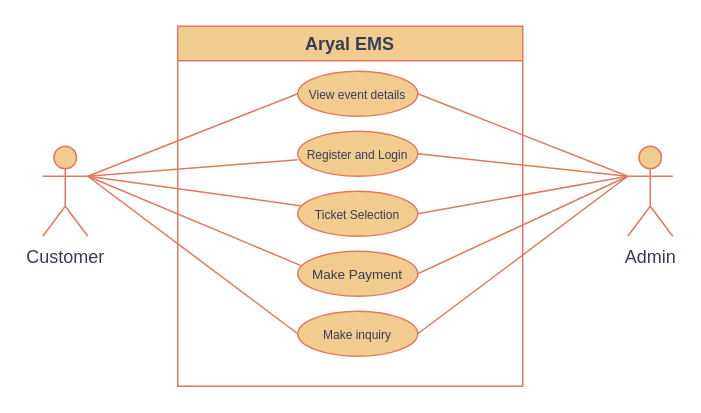
This is Usecase Diagram/Lab_EMS_PRACTICAL_USECASE.drawio from ritesharyal666/System_Design_Ecommerce, a draw.io file, before an edit. Source tidied: cells renumbered, new cells numbered last; positions are measured from the earlier drawing's top-left corner, leaving out a move shared by most shapes. Both pictures are drawn from the tidied source at 150%, with x=0, y=0 at pixel (42, 26).
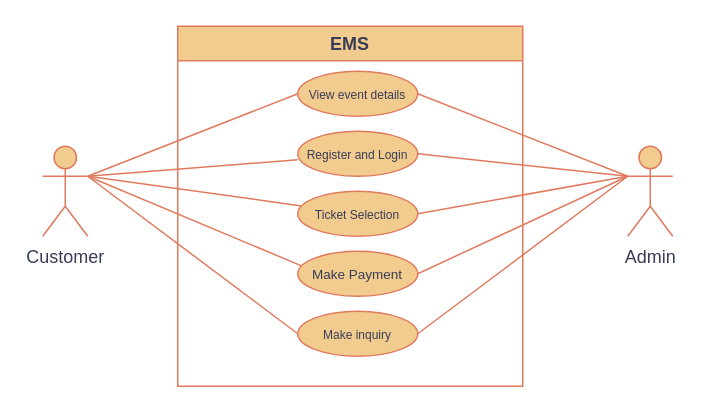
The same diagram, later.

Change to the diagram source:
```diff
@@
-    <mxCell id="2" value="Aryal EMS" style="swimlane;whiteSpace=wrap;html=1;strokeColor=#E07A5F;fontColor=#393C56;fillColor=#F2CC8F;" parent="1" vertex="1">
+    <mxCell id="2" value="EMS" style="swimlane;whiteSpace=wrap;html=1;strokeColor=#E07A5F;fontColor=#393C56;fillColor=#F2CC8F;" parent="1" vertex="1">
       <mxGeometry x="90" width="230" height="240" as="geometry" />
     </mxCell>
```
